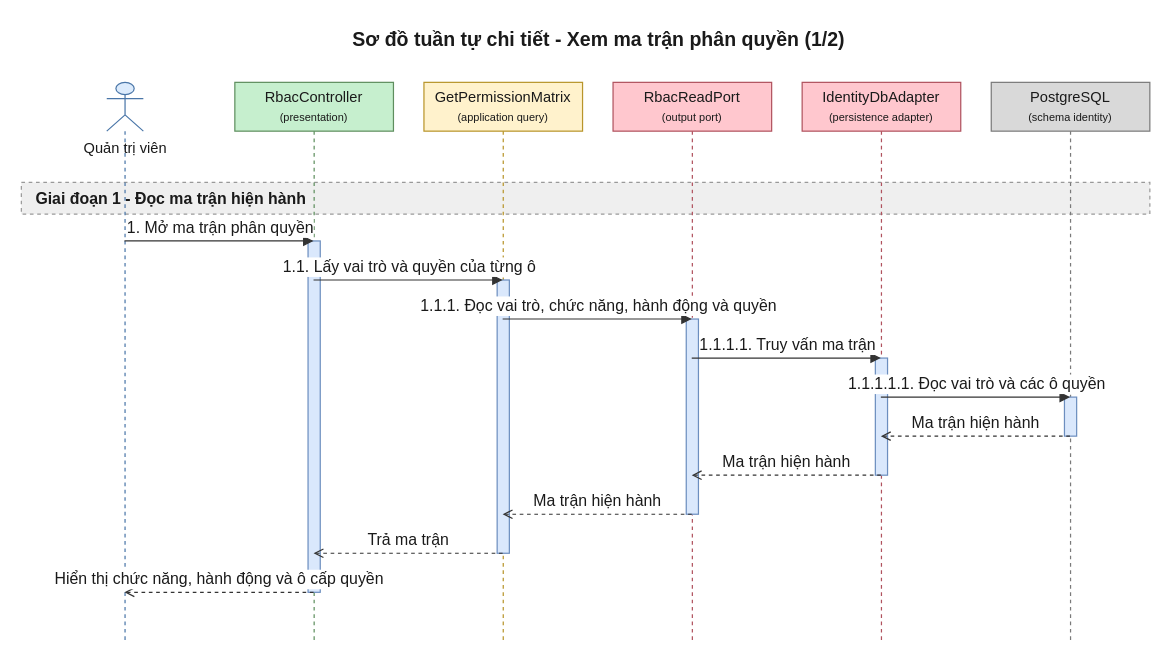
The draw.io diagram 08-diagram/sequence/admin/sequence_admin_doi_ma_tran_phan_quyen_p1.drawio in daiphu1801/PRJ_ALGOPREP, before the edit. Source tidied: cells renumbered, new cells numbered last; positions are measured from the earlier drawing's top-left corner, leaving out a move shared by most shapes. Both pictures are drawn from the tidied source at 122%, with x=0, y=0 at pixel (21, 21).
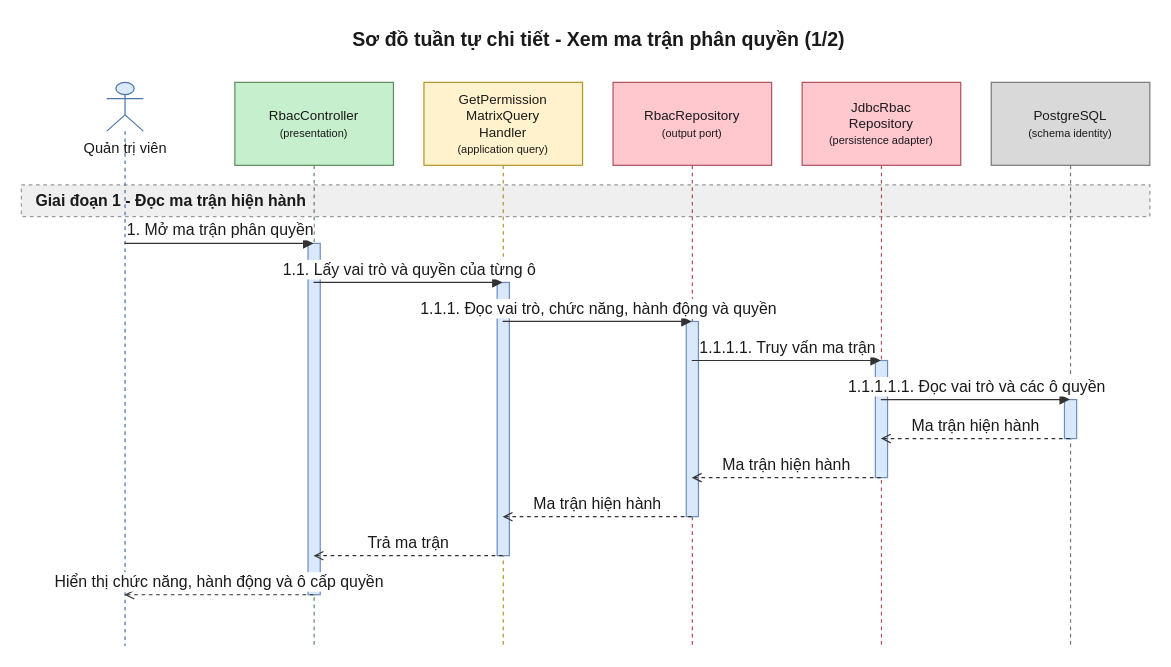
The same diagram, later.

The edit, as a diff of the source:
```diff
@@
     <mxCell id="3" value="Giai đoạn 1 - Đọc ma trận hiện hành" style="algoprep=phase;rounded=0;whiteSpace=wrap;html=1;fillColor=#EFEFEF;strokeColor=#999999;dashed=1;align=left;verticalAlign=middle;spacingLeft=10;fontColor=#1A1A1A;fontSize=13;fontStyle=1;" parent="1" vertex="1">
-      <mxGeometry y="132" width="925" height="26" as="geometry" />
+      <mxGeometry y="134" width="925" height="26" as="geometry" />
     </mxCell>
     <mxCell id="4" value="Quản trị viên" style="shape=umlLifeline;participant=umlActor;perimeter=lifelinePerimeter;html=1;outlineConnect=0;size=40;verticalAlign=top;spacingTop=40;fillColor=#DCEBFC;strokeColor=#4A76A8;fontColor=#1A1A1A;" parent="1" vertex="1">
-      <mxGeometry x="70" y="50" width="30" height="460" as="geometry" />
+      <mxGeometry x="70" y="50" width="30" height="462" as="geometry" />
     </mxCell>
-    <mxCell id="5" value="RbacController&lt;br&gt;&lt;font style=&quot;font-size:9px&quot;&gt;(presentation)&lt;/font&gt;" style="shape=umlLifeline;perimeter=lifelinePerimeter;whiteSpace=wrap;html=1;outlineConnect=0;size=40;fillColor=#C6EFCE;strokeColor=#5E8E5E;fontColor=#1A1A1A;" parent="1" vertex="1">
-      <mxGeometry x="175" y="50" width="130" height="460" as="geometry" />
+    <mxCell id="5" value="RbacController&lt;br&gt;&lt;font style=&quot;font-size:9px&quot;&gt;(presentation)&lt;/font&gt;" style="shape=umlLifeline;perimeter=lifelinePerimeter;whiteSpace=wrap;html=1;outlineConnect=0;size=68;fontSize=11;fillColor=#C6EFCE;strokeColor=#5E8E5E;fontColor=#1A1A1A;" parent="1" vertex="1">
+      <mxGeometry x="175" y="50" width="130" height="462" as="geometry" />
     </mxCell>
-    <mxCell id="6" value="GetPermissionMatrix&lt;br&gt;&lt;font style=&quot;font-size:9px&quot;&gt;(application query)&lt;/font&gt;" style="shape=umlLifeline;perimeter=lifelinePerimeter;whiteSpace=wrap;html=1;outlineConnect=0;size=40;fillColor=#FFF2CC;strokeColor=#B8952A;fontColor=#1A1A1A;" parent="1" vertex="1">
-      <mxGeometry x="330" y="50" width="130" height="460" as="geometry" />
+    <mxCell id="6" value="GetPermission&lt;br&gt;MatrixQuery&lt;br&gt;Handler&lt;br&gt;&lt;font style=&quot;font-size:9px&quot;&gt;(application query)&lt;/font&gt;" style="shape=umlLifeline;perimeter=lifelinePerimeter;whiteSpace=wrap;html=1;outlineConnect=0;size=68;fontSize=11;fillColor=#FFF2CC;strokeColor=#B8952A;fontColor=#1A1A1A;" parent="1" vertex="1">
+      <mxGeometry x="330" y="50" width="130" height="462" as="geometry" />
     </mxCell>
-    <mxCell id="7" value="RbacReadPort&lt;br&gt;&lt;font style=&quot;font-size:9px&quot;&gt;(output port)&lt;/font&gt;" style="shape=umlLifeline;perimeter=lifelinePerimeter;whiteSpace=wrap;html=1;outlineConnect=0;size=40;fillColor=#FFC7CE;strokeColor=#B0525E;fontColor=#1A1A1A;" parent="1" vertex="1">
-      <mxGeometry x="485" y="50" width="130" height="460" as="geometry" />
+    <mxCell id="7" value="RbacRepository&lt;br&gt;&lt;font style=&quot;font-size:9px&quot;&gt;(output port)&lt;/font&gt;" style="shape=umlLifeline;perimeter=lifelinePerimeter;whiteSpace=wrap;html=1;outlineConnect=0;size=68;fontSize=11;fillColor=#FFC7CE;strokeColor=#B0525E;fontColor=#1A1A1A;" parent="1" vertex="1">
+      <mxGeometry x="485" y="50" width="130" height="462" as="geometry" />
     </mxCell>
-    <mxCell id="8" value="IdentityDbAdapter&lt;br&gt;&lt;font style=&quot;font-size:9px&quot;&gt;(persistence adapter)&lt;/font&gt;" style="shape=umlLifeline;perimeter=lifelinePerimeter;whiteSpace=wrap;html=1;outlineConnect=0;size=40;fillColor=#FFC7CE;strokeColor=#B0525E;fontColor=#1A1A1A;" parent="1" vertex="1">
-      <mxGeometry x="640" y="50" width="130" height="460" as="geometry" />
+    <mxCell id="8" value="JdbcRbac&lt;br&gt;Repository&lt;br&gt;&lt;font style=&quot;font-size:9px&quot;&gt;(persistence adapter)&lt;/font&gt;" style="shape=umlLifeline;perimeter=lifelinePerimeter;whiteSpace=wrap;html=1;outlineConnect=0;size=68;fontSize=11;fillColor=#FFC7CE;strokeColor=#B0525E;fontColor=#1A1A1A;" parent="1" vertex="1">
+      <mxGeometry x="640" y="50" width="130" height="462" as="geometry" />
     </mxCell>
-    <mxCell id="9" value="PostgreSQL&lt;br&gt;&lt;font style=&quot;font-size:9px&quot;&gt;(schema identity)&lt;/font&gt;" style="shape=umlLifeline;perimeter=lifelinePerimeter;whiteSpace=wrap;html=1;outlineConnect=0;size=40;fillColor=#D9D9D9;strokeColor=#7A7A7A;fontColor=#1A1A1A;" parent="1" vertex="1">
-      <mxGeometry x="795" y="50" width="130" height="460" as="geometry" />
+    <mxCell id="9" value="PostgreSQL&lt;br&gt;&lt;font style=&quot;font-size:9px&quot;&gt;(schema identity)&lt;/font&gt;" style="shape=umlLifeline;perimeter=lifelinePerimeter;whiteSpace=wrap;html=1;outlineConnect=0;size=68;fontSize=11;fillColor=#D9D9D9;strokeColor=#7A7A7A;fontColor=#1A1A1A;" parent="1" vertex="1">
+      <mxGeometry x="795" y="50" width="130" height="462" as="geometry" />
     </mxCell>
     <mxCell id="10" style="html=1;perimeter=orthogonalPerimeter;targetShapes=umlLifeline;fillColor=#DAE8FC;strokeColor=#6C8EBF;" parent="9" vertex="1">
-      <mxGeometry x="60" y="258" width="10" height="32" as="geometry" />
+      <mxGeometry x="60" y="260" width="10" height="32" as="geometry" />
     </mxCell>
     <mxCell id="11" style="html=1;perimeter=orthogonalPerimeter;targetShapes=umlLifeline;fillColor=#DAE8FC;strokeColor=#6C8EBF;" parent="8" vertex="1">
-      <mxGeometry x="60" y="226" width="10" height="96" as="geometry" />
+      <mxGeometry x="60" y="228" width="10" height="96" as="geometry" />
     </mxCell>
     <mxCell id="12" style="html=1;perimeter=orthogonalPerimeter;targetShapes=umlLifeline;fillColor=#DAE8FC;strokeColor=#6C8EBF;" parent="7" vertex="1">
-      <mxGeometry x="60" y="194" width="10" height="160" as="geometry" />
+      <mxGeometry x="60" y="196" width="10" height="160" as="geometry" />
     </mxCell>
     <mxCell id="13" style="html=1;perimeter=orthogonalPerimeter;targetShapes=umlLifeline;fillColor=#DAE8FC;strokeColor=#6C8EBF;" parent="6" vertex="1">
-      <mxGeometry x="60" y="162" width="10" height="224" as="geometry" />
+      <mxGeometry x="60" y="164" width="10" height="224" as="geometry" />
     </mxCell>
     <mxCell id="14" style="html=1;perimeter=orthogonalPerimeter;targetShapes=umlLifeline;fillColor=#DAE8FC;strokeColor=#6C8EBF;" parent="5" vertex="1">
-      <mxGeometry x="60" y="130" width="10" height="288" as="geometry" />
+      <mxGeometry x="60" y="132" width="10" height="288" as="geometry" />
     </mxCell>
-    <mxCell id="15" value="1. Mở ma trận phân quyền" style="edgeStyle=none;html=1;endArrow=block;endFill=1;strokeColor=#333333;fontColor=#1A1A1A;fontSize=13;verticalAlign=bottom;exitX=0.5;exitY=0.2826;exitDx=0;exitDy=0;entryX=0.5;entryY=0.2826;entryDx=0;entryDy=0;" parent="1" edge="1" source="4" target="5">
+    <mxCell id="15" value="1. Mở ma trận phân quyền" style="edgeStyle=none;html=1;endArrow=block;endFill=1;strokeColor=#333333;fontColor=#1A1A1A;fontSize=13;verticalAlign=bottom;exitX=0.5;exitY=0.2857;exitDx=0;exitDy=0;entryX=0.5;entryY=0.2857;entryDx=0;entryDy=0;" parent="1" edge="1" source="4" target="5">
       <mxGeometry relative="1" as="geometry" />
     </mxCell>
-    <mxCell id="16" value="1.1. Lấy vai trò và quyền của từng ô" style="edgeStyle=none;html=1;endArrow=block;endFill=1;strokeColor=#333333;fontColor=#1A1A1A;fontSize=13;verticalAlign=bottom;exitX=0.5;exitY=0.3522;exitDx=0;exitDy=0;entryX=0.5;entryY=0.3522;entryDx=0;entryDy=0;" parent="1" edge="1" source="5" target="6">
+    <mxCell id="16" value="1.1. Lấy vai trò và quyền của từng ô" style="edgeStyle=none;html=1;endArrow=block;endFill=1;strokeColor=#333333;fontColor=#1A1A1A;fontSize=13;verticalAlign=bottom;exitX=0.5;exitY=0.3550;exitDx=0;exitDy=0;entryX=0.5;entryY=0.3550;entryDx=0;entryDy=0;" parent="1" edge="1" source="5" target="6">
       <mxGeometry relative="1" as="geometry" />
     </mxCell>
-    <mxCell id="17" value="1.1.1. Đọc vai trò, chức năng, hành động và quyền" style="edgeStyle=none;html=1;endArrow=block;endFill=1;strokeColor=#333333;fontColor=#1A1A1A;fontSize=13;verticalAlign=bottom;exitX=0.5;exitY=0.4217;exitDx=0;exitDy=0;entryX=0.5;entryY=0.4217;entryDx=0;entryDy=0;" parent="1" edge="1" source="6" target="7">
+    <mxCell id="17" value="1.1.1. Đọc vai trò, chức năng, hành động và quyền" style="edgeStyle=none;html=1;endArrow=block;endFill=1;strokeColor=#333333;fontColor=#1A1A1A;fontSize=13;verticalAlign=bottom;exitX=0.5;exitY=0.4242;exitDx=0;exitDy=0;entryX=0.5;entryY=0.4242;entryDx=0;entryDy=0;" parent="1" edge="1" source="6" target="7">
       <mxGeometry relative="1" as="geometry" />
     </mxCell>
-    <mxCell id="18" value="1.1.1.1. Truy vấn ma trận" style="edgeStyle=none;html=1;endArrow=block;endFill=1;strokeColor=#333333;fontColor=#1A1A1A;fontSize=13;verticalAlign=bottom;exitX=0.5;exitY=0.4913;exitDx=0;exitDy=0;entryX=0.5;entryY=0.4913;entryDx=0;entryDy=0;" parent="1" edge="1" source="7" target="8">
+    <mxCell id="18" value="1.1.1.1. Truy vấn ma trận" style="edgeStyle=none;html=1;endArrow=block;endFill=1;strokeColor=#333333;fontColor=#1A1A1A;fontSize=13;verticalAlign=bottom;exitX=0.5;exitY=0.4935;exitDx=0;exitDy=0;entryX=0.5;entryY=0.4935;entryDx=0;entryDy=0;" parent="1" edge="1" source="7" target="8">
       <mxGeometry relative="1" as="geometry" />
     </mxCell>
-    <mxCell id="19" value="1.1.1.1.1. Đọc vai trò và các ô quyền" style="edgeStyle=none;html=1;endArrow=block;endFill=1;strokeColor=#333333;fontColor=#1A1A1A;fontSize=13;verticalAlign=bottom;exitX=0.5;exitY=0.5609;exitDx=0;exitDy=0;entryX=0.5;entryY=0.5609;entryDx=0;entryDy=0;" parent="1" edge="1" source="8" target="9">
+    <mxCell id="19" value="1.1.1.1.1. Đọc vai trò và các ô quyền" style="edgeStyle=none;html=1;endArrow=block;endFill=1;strokeColor=#333333;fontColor=#1A1A1A;fontSize=13;verticalAlign=bottom;exitX=0.5;exitY=0.5628;exitDx=0;exitDy=0;entryX=0.5;entryY=0.5628;entryDx=0;entryDy=0;" parent="1" edge="1" source="8" target="9">
       <mxGeometry relative="1" as="geometry" />
     </mxCell>
-    <mxCell id="20" value="Ma trận hiện hành" style="edgeStyle=none;html=1;endArrow=open;endFill=0;dashed=1;strokeColor=#333333;fontColor=#1A1A1A;fontSize=13;verticalAlign=bottom;exitX=0.5;exitY=0.6304;exitDx=0;exitDy=0;entryX=0.5;entryY=0.6304;entryDx=0;entryDy=0;" parent="1" edge="1" source="9" target="8">
+    <mxCell id="20" value="Ma trận hiện hành" style="edgeStyle=none;html=1;endArrow=open;endFill=0;dashed=1;strokeColor=#333333;fontColor=#1A1A1A;fontSize=13;verticalAlign=bottom;exitX=0.5;exitY=0.6320;exitDx=0;exitDy=0;entryX=0.5;entryY=0.6320;entryDx=0;entryDy=0;" parent="1" edge="1" source="9" target="8">
       <mxGeometry relative="1" as="geometry" />
     </mxCell>
-    <mxCell id="21" value="Ma trận hiện hành" style="edgeStyle=none;html=1;endArrow=open;endFill=0;dashed=1;strokeColor=#333333;fontColor=#1A1A1A;fontSize=13;verticalAlign=bottom;exitX=0.5;exitY=0.7000;exitDx=0;exitDy=0;entryX=0.5;entryY=0.7000;entryDx=0;entryDy=0;" parent="1" edge="1" source="8" target="7">
+    <mxCell id="21" value="Ma trận hiện hành" style="edgeStyle=none;html=1;endArrow=open;endFill=0;dashed=1;strokeColor=#333333;fontColor=#1A1A1A;fontSize=13;verticalAlign=bottom;exitX=0.5;exitY=0.7013;exitDx=0;exitDy=0;entryX=0.5;entryY=0.7013;entryDx=0;entryDy=0;" parent="1" edge="1" source="8" target="7">
       <mxGeometry relative="1" as="geometry" />
     </mxCell>
-    <mxCell id="22" value="Ma trận hiện hành" style="edgeStyle=none;html=1;endArrow=open;endFill=0;dashed=1;strokeColor=#333333;fontColor=#1A1A1A;fontSize=13;verticalAlign=bottom;exitX=0.5;exitY=0.7696;exitDx=0;exitDy=0;entryX=0.5;entryY=0.7696;entryDx=0;entryDy=0;" parent="1" edge="1" source="7" target="6">
+    <mxCell id="22" value="Ma trận hiện hành" style="edgeStyle=none;html=1;endArrow=open;endFill=0;dashed=1;strokeColor=#333333;fontColor=#1A1A1A;fontSize=13;verticalAlign=bottom;exitX=0.5;exitY=0.7706;exitDx=0;exitDy=0;entryX=0.5;entryY=0.7706;entryDx=0;entryDy=0;" parent="1" edge="1" source="7" target="6">
       <mxGeometry relative="1" as="geometry" />
     </mxCell>
-    <mxCell id="23" value="Trả ma trận" style="edgeStyle=none;html=1;endArrow=open;endFill=0;dashed=1;strokeColor=#333333;fontColor=#1A1A1A;fontSize=13;verticalAlign=bottom;exitX=0.5;exitY=0.8391;exitDx=0;exitDy=0;entryX=0.5;entryY=0.8391;entryDx=0;entryDy=0;" parent="1" edge="1" source="6" target="5">
+    <mxCell id="23" value="Trả ma trận" style="edgeStyle=none;html=1;endArrow=open;endFill=0;dashed=1;strokeColor=#333333;fontColor=#1A1A1A;fontSize=13;verticalAlign=bottom;exitX=0.5;exitY=0.8398;exitDx=0;exitDy=0;entryX=0.5;entryY=0.8398;entryDx=0;entryDy=0;" parent="1" edge="1" source="6" target="5">
       <mxGeometry relative="1" as="geometry" />
     </mxCell>
-    <mxCell id="24" value="Hiển thị chức năng, hành động và ô cấp quyền" style="edgeStyle=none;html=1;endArrow=open;endFill=0;dashed=1;strokeColor=#333333;fontColor=#1A1A1A;fontSize=13;verticalAlign=bottom;exitX=0.5;exitY=0.9087;exitDx=0;exitDy=0;entryX=0.5;entryY=0.9087;entryDx=0;entryDy=0;" parent="1" edge="1" source="5" target="4">
+    <mxCell id="24" value="Hiển thị chức năng, hành động và ô cấp quyền" style="edgeStyle=none;html=1;endArrow=open;endFill=0;dashed=1;strokeColor=#333333;fontColor=#1A1A1A;fontSize=13;verticalAlign=bottom;exitX=0.5;exitY=0.9091;exitDx=0;exitDy=0;entryX=0.5;entryY=0.9091;entryDx=0;entryDy=0;" parent="1" edge="1" source="5" target="4">
       <mxGeometry relative="1" as="geometry" />
     </mxCell>
```
